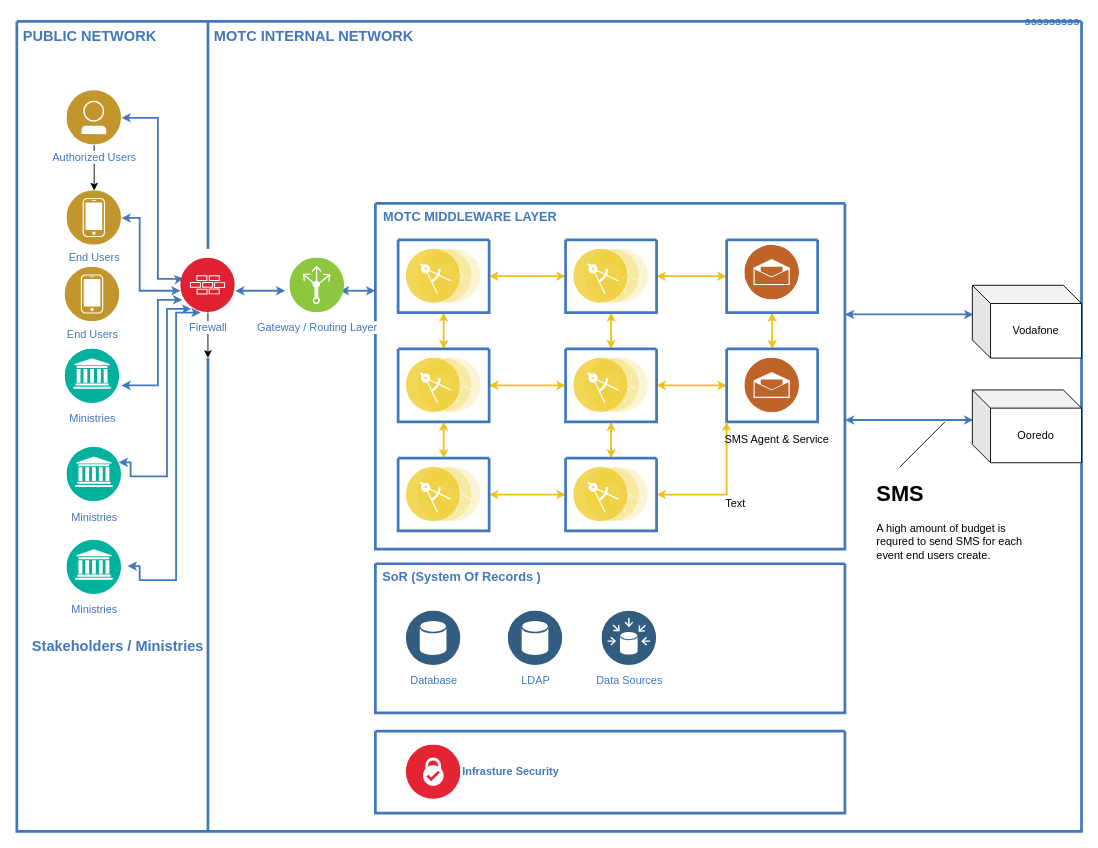
Before: Untitled Diagram.drawio in SalihSipahi/Hattusas, a draw.io diagram. Source tidied: cells renumbered, new cells numbered last; positions are measured from the earlier drawing's top-left corner, leaving out a move shared by most shapes. Both pictures are drawn from the tidied source at 91%, with x=0, y=0 at pixel (16, 21).
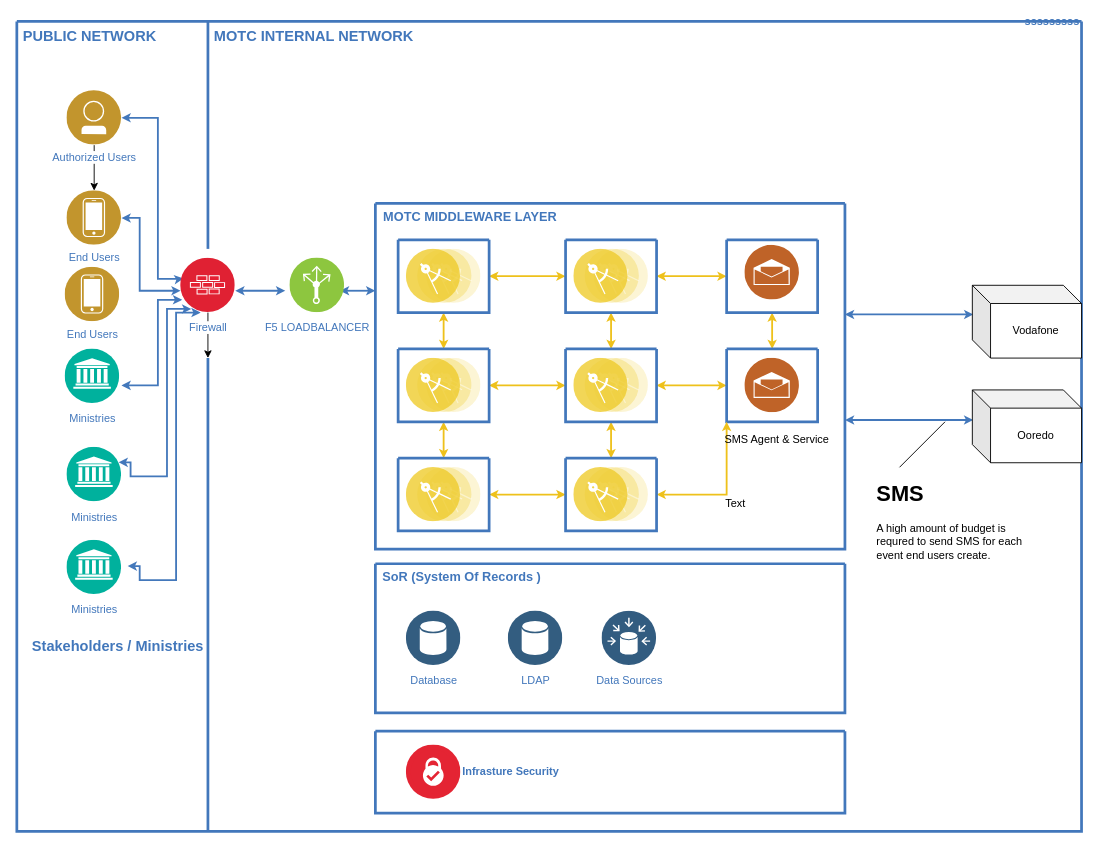
The same diagram, later.

The change refers to these unchanged cells:
```xml
<mxCell id="2" value="sssssssss" style="swimlane;shadow=0;strokeColor=#4277BB;fillColor=#ffffff;fontColor=#4277BB;align=right;startSize=0;strokeWidth=3;" parent="1" vertex="1">
  <mxGeometry width="1170" height="890" as="geometry" />
</mxCell>
```

What changed in the source:
```diff
@@
-    <mxCell id="56" value="Gateway / Routing Layer" style="perimeter=ellipsePerimeter;html=1;align=center;shadow=0;dashed=0;fontColor=#4277BB;labelBackgroundColor=#ffffff;fontSize=12;spacingTop=3;image;image=img/lib/ibm/infrastructure/load_balancing_routing.svg;" parent="2" vertex="1">
+    <mxCell id="56" value="F5 LOADBALANCER" style="perimeter=ellipsePerimeter;html=1;align=center;shadow=0;dashed=0;fontColor=#4277BB;labelBackgroundColor=#ffffff;fontSize=12;spacingTop=3;image;image=img/lib/ibm/infrastructure/load_balancing_routing.svg;" parent="2" vertex="1">
       <mxGeometry x="300" y="260" width="60" height="60" as="geometry" />
     </mxCell>
```
